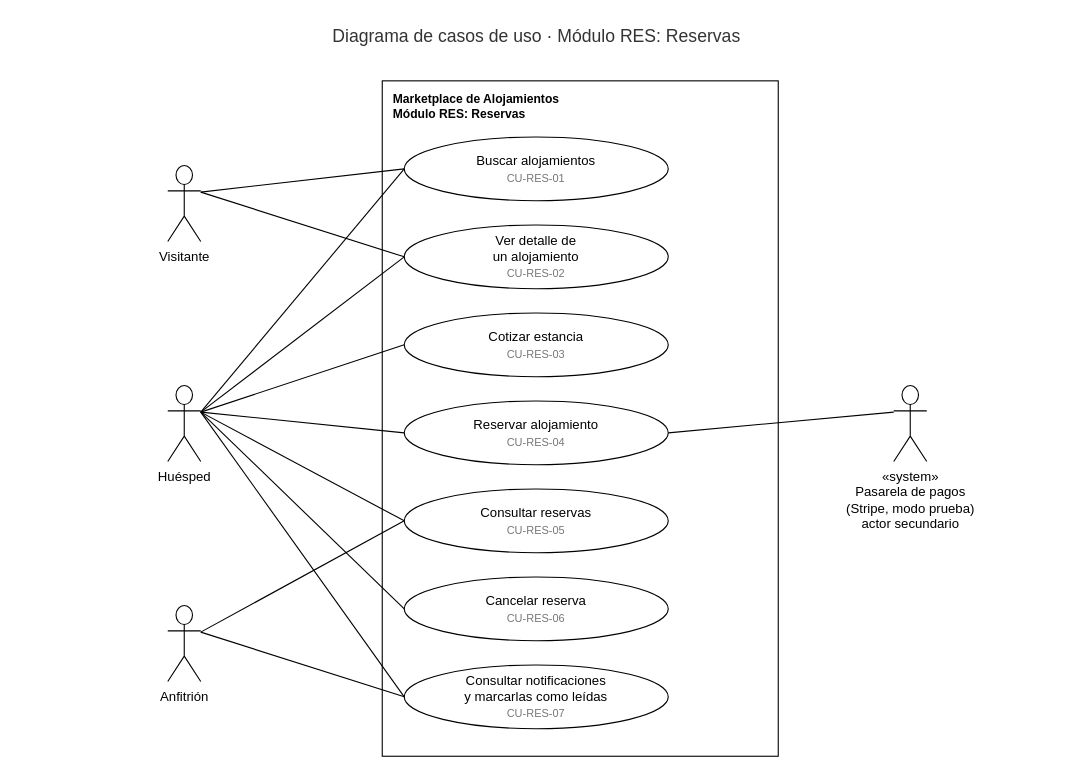
The draw.io diagram page "CU RES" (3 of 5) of docs/diagramas/Casos_de_Uso_Marketplace_Alojamientos.drawio in cubillosj71-design/marketplace-lr, before the edit. Source tidied: cells renumbered, new cells numbered last; positions are measured from the earlier drawing's top-left corner, leaving out a move shared by most shapes. Both pictures are drawn from the tidied source at 110%, with x=0, y=0 at pixel (19, 19).
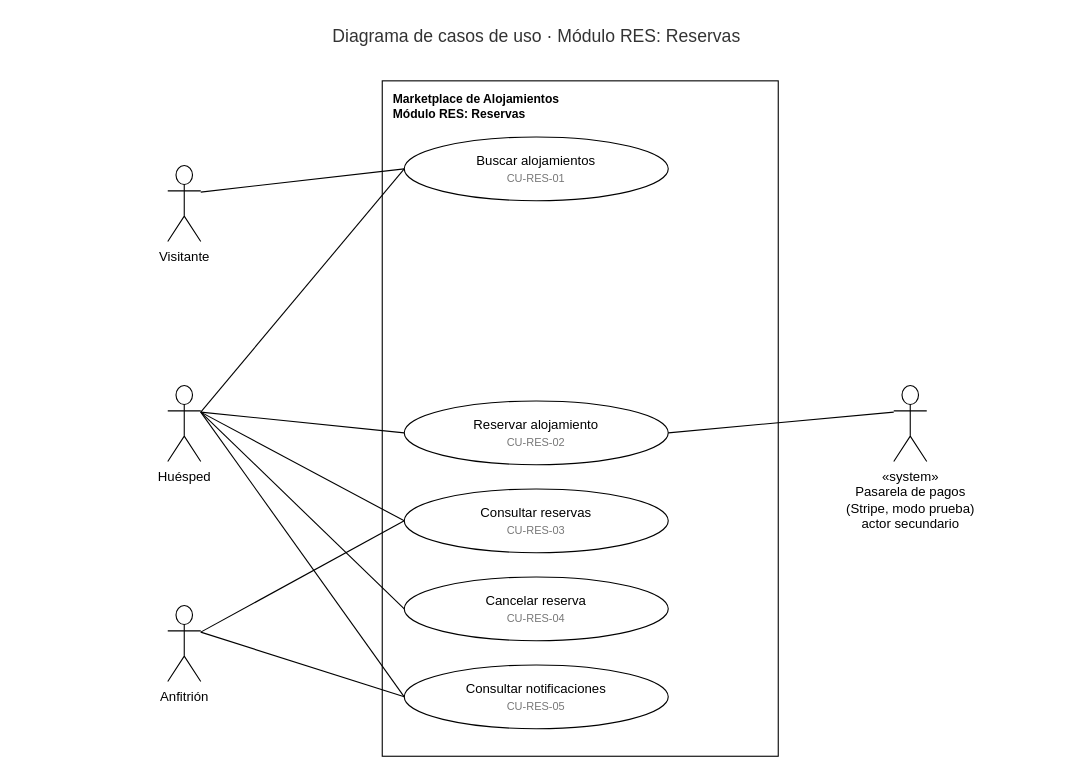
The same page after the edit.

The change refers to these unchanged cells:
```xml
<mxCell id="11" value="Visitante" style="shape=umlActor;verticalLabelPosition=bottom;verticalAlign=top;html=1;outlineConnect=0;fontSize=12;" parent="1" vertex="1">
  <mxGeometry x="135" y="133" width="30" height="69" as="geometry" />
</mxCell>
<mxCell id="12" value="Huésped" style="shape=umlActor;verticalLabelPosition=bottom;verticalAlign=top;html=1;outlineConnect=0;fontSize=12;" parent="1" vertex="1">
  <mxGeometry x="135" y="333" width="30" height="69" as="geometry" />
</mxCell>
```

Change to the diagram source:
```diff
@@
-    <mxCell id="5" value="Ver detalle de&lt;br&gt;un alojamiento&lt;br&gt;&lt;font style=&quot;font-size:10px&quot; color=&quot;#777777&quot;&gt;CU-RES-02&lt;/font&gt;" style="ellipse;whiteSpace=wrap;html=1;fontSize=12;" parent="1" vertex="1">
-      <mxGeometry x="350" y="187" width="240" height="58" as="geometry" />
-    </mxCell>
-    <mxCell id="6" value="Cotizar estancia&lt;br&gt;&lt;font style=&quot;font-size:10px&quot; color=&quot;#777777&quot;&gt;CU-RES-03&lt;/font&gt;" style="ellipse;whiteSpace=wrap;html=1;fontSize=12;" parent="1" vertex="1">
-      <mxGeometry x="350" y="267" width="240" height="58" as="geometry" />
-    </mxCell>
-    <mxCell id="7" value="Reservar alojamiento&lt;br&gt;&lt;font style=&quot;font-size:10px&quot; color=&quot;#777777&quot;&gt;CU-RES-04&lt;/font&gt;" style="ellipse;whiteSpace=wrap;html=1;fontSize=12;" parent="1" vertex="1">
+    <mxCell id="7" value="Reservar alojamiento&lt;br&gt;&lt;font style=&quot;font-size:10px&quot; color=&quot;#777777&quot;&gt;CU-RES-02&lt;/font&gt;" style="ellipse;whiteSpace=wrap;html=1;fontSize=12;" parent="1" vertex="1">
       <mxGeometry x="350" y="347" width="240" height="58" as="geometry" />
     </mxCell>
-    <mxCell id="8" value="Consultar reservas&lt;br&gt;&lt;font style=&quot;font-size:10px&quot; color=&quot;#777777&quot;&gt;CU-RES-05&lt;/font&gt;" style="ellipse;whiteSpace=wrap;html=1;fontSize=12;" parent="1" vertex="1">
+    <mxCell id="8" value="Consultar reservas&lt;br&gt;&lt;font style=&quot;font-size:10px&quot; color=&quot;#777777&quot;&gt;CU-RES-03&lt;/font&gt;" style="ellipse;whiteSpace=wrap;html=1;fontSize=12;" parent="1" vertex="1">
       <mxGeometry x="350" y="427" width="240" height="58" as="geometry" />
     </mxCell>
-    <mxCell id="9" value="Cancelar reserva&lt;br&gt;&lt;font style=&quot;font-size:10px&quot; color=&quot;#777777&quot;&gt;CU-RES-06&lt;/font&gt;" style="ellipse;whiteSpace=wrap;html=1;fontSize=12;" parent="1" vertex="1">
+    <mxCell id="9" value="Cancelar reserva&lt;br&gt;&lt;font style=&quot;font-size:10px&quot; color=&quot;#777777&quot;&gt;CU-RES-04&lt;/font&gt;" style="ellipse;whiteSpace=wrap;html=1;fontSize=12;" parent="1" vertex="1">
       <mxGeometry x="350" y="507" width="240" height="58" as="geometry" />
     </mxCell>
-    <mxCell id="10" value="Consultar notificaciones&lt;br&gt;y marcarlas como leídas&lt;br&gt;&lt;font style=&quot;font-size:10px&quot; color=&quot;#777777&quot;&gt;CU-RES-07&lt;/font&gt;" style="ellipse;whiteSpace=wrap;html=1;fontSize=12;" parent="1" vertex="1">
+    <mxCell id="10" value="Consultar notificaciones&lt;br&gt;&lt;font style=&quot;font-size:10px&quot; color=&quot;#777777&quot;&gt;CU-RES-05&lt;/font&gt;" style="ellipse;whiteSpace=wrap;html=1;fontSize=12;" parent="1" vertex="1">
       <mxGeometry x="350" y="587" width="240" height="58" as="geometry" />
     </mxCell>
@@
-    <mxCell id="16" style="endArrow=none;html=1;rounded=0;entryX=0;entryY=0.5;exitX=1;exitY=0.35;entryDx=0;entryDy=0;exitDx=0;exitDy=0;" parent="1" edge="1" source="11" target="5">
-      <mxGeometry relative="1" as="geometry" />
-    </mxCell>
@@
-    <mxCell id="18" style="endArrow=none;html=1;rounded=0;entryX=0;entryY=0.5;exitX=1;exitY=0.35;entryDx=0;entryDy=0;exitDx=0;exitDy=0;" parent="1" edge="1" source="12" target="5">
-      <mxGeometry relative="1" as="geometry" />
-    </mxCell>
-    <mxCell id="19" style="endArrow=none;html=1;rounded=0;entryX=0;entryY=0.5;exitX=1;exitY=0.35;entryDx=0;entryDy=0;exitDx=0;exitDy=0;" parent="1" edge="1" source="12" target="6">
-      <mxGeometry relative="1" as="geometry" />
-    </mxCell>
```
